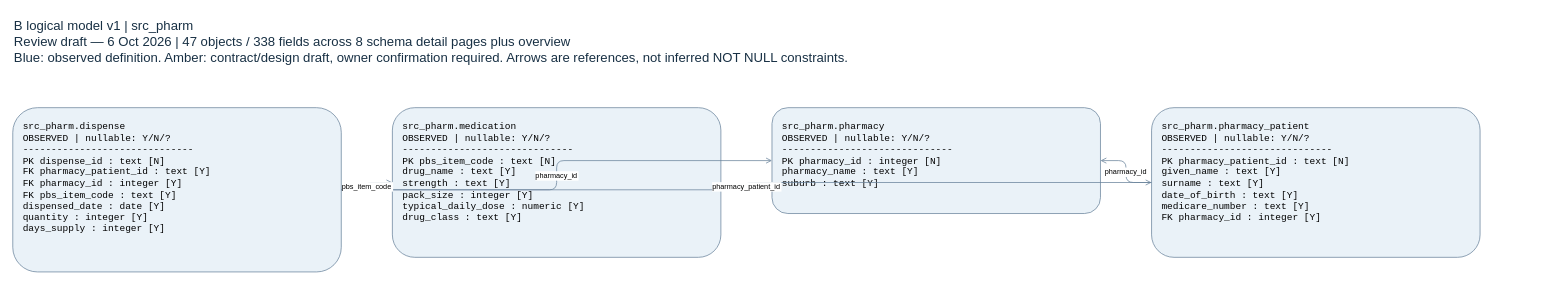
LyphardRover/glucolink-a2 keeps this draw.io diagram as page "src_pharm" (4 of 9) of docs/logical_model_v1.drawio. Above is the earlier version. Source tidied: cells renumbered, new cells numbered last; positions are measured from the earlier drawing's top-left corner, leaving out a move shared by most shapes. Both pictures are drawn from the tidied source at 73%, with x=0, y=0 at pixel (12, 12).
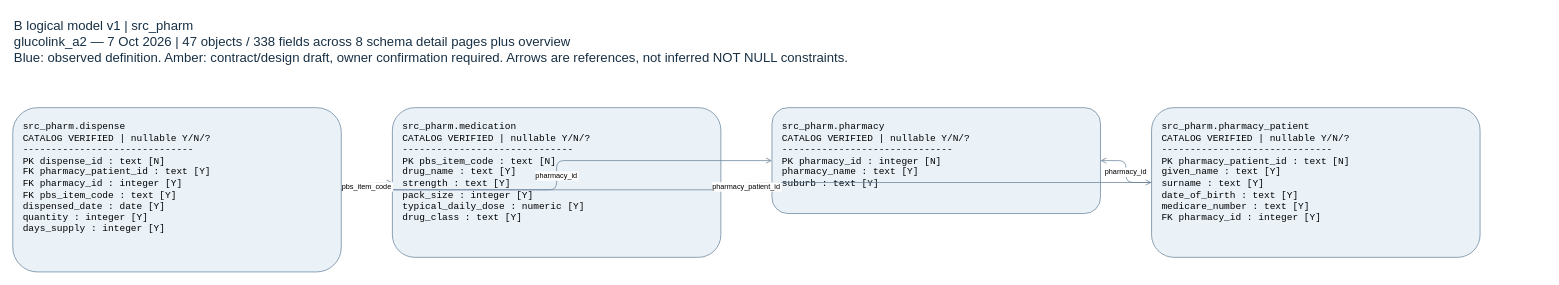
The same page after the edit.

The edit, as a diff of the source:
```diff
@@
 <mxGraphModel>
   <root>
     <mxCell id="0" />
     <mxCell id="1" parent="0" />
-    <mxCell id="2" value="B logical model v1 | src_pharm&#10;Review draft — 6 Oct 2026 | 47 objects / 338 fields across 8 schema detail pages plus overview&#10;Blue: observed definition. Amber: contract/design draft, owner confirmation required. Arrows are references, not inferred NOT NULL constraints." style="text;html=0;align=left;verticalAlign=top;fontSize=18;fontColor=#183044;" parent="1" vertex="1">
+    <mxCell id="2" value="B logical model v1 | src_pharm&#10;glucolink_a2 — 7 Oct 2026 | 47 objects / 338 fields across 8 schema detail pages plus overview&#10;Blue: observed definition. Amber: contract/design draft, owner confirmation required. Arrows are references, not inferred NOT NULL constraints." style="text;html=0;align=left;verticalAlign=top;fontSize=18;fontColor=#183044;" parent="1" vertex="1">
       <mxGeometry width="2100" height="120" as="geometry" />
     </mxCell>
-    <mxCell id="3" value="src_pharm.dispense&#10;OBSERVED | nullable: Y/N/?&#10;------------------------------&#10;PK dispense_id : text [N]&#10;FK pharmacy_patient_id : text [Y]&#10;FK pharmacy_id : integer [Y]&#10;FK pbs_item_code : text [Y]&#10;   dispensed_date : date [Y]&#10;   quantity : integer [Y]&#10;   days_supply : integer [Y]" style="rounded=1;whiteSpace=wrap;html=0;align=left;verticalAlign=top;spacing=14;fontFamily=Courier New;fontSize=13;fillColor=#eaf2f8;strokeColor=#66809a;" parent="1" vertex="1">
+    <mxCell id="3" value="src_pharm.dispense&#10;CATALOG VERIFIED | nullable Y/N/?&#10;------------------------------&#10;PK dispense_id : text [N]&#10;FK pharmacy_patient_id : text [Y]&#10;FK pharmacy_id : integer [Y]&#10;FK pbs_item_code : text [Y]&#10;   dispensed_date : date [Y]&#10;   quantity : integer [Y]&#10;   days_supply : integer [Y]" style="rounded=1;whiteSpace=wrap;html=0;align=left;verticalAlign=top;spacing=14;fontFamily=Courier New;fontSize=13;fillColor=#eaf2f8;strokeColor=#66809a;" parent="1" vertex="1">
       <mxGeometry y="130" width="450" height="225" as="geometry" />
     </mxCell>
-    <mxCell id="4" value="src_pharm.medication&#10;OBSERVED | nullable: Y/N/?&#10;------------------------------&#10;PK pbs_item_code : text [N]&#10;   drug_name : text [Y]&#10;   strength : text [Y]&#10;   pack_size : integer [Y]&#10;   typical_daily_dose : numeric [Y]&#10;   drug_class : text [Y]" style="rounded=1;whiteSpace=wrap;html=0;align=left;verticalAlign=top;spacing=14;fontFamily=Courier New;fontSize=13;fillColor=#eaf2f8;strokeColor=#66809a;" parent="1" vertex="1">
+    <mxCell id="4" value="src_pharm.medication&#10;CATALOG VERIFIED | nullable Y/N/?&#10;------------------------------&#10;PK pbs_item_code : text [N]&#10;   drug_name : text [Y]&#10;   strength : text [Y]&#10;   pack_size : integer [Y]&#10;   typical_daily_dose : numeric [Y]&#10;   drug_class : text [Y]" style="rounded=1;whiteSpace=wrap;html=0;align=left;verticalAlign=top;spacing=14;fontFamily=Courier New;fontSize=13;fillColor=#eaf2f8;strokeColor=#66809a;" parent="1" vertex="1">
       <mxGeometry x="520" y="130" width="450" height="205" as="geometry" />
     </mxCell>
-    <mxCell id="5" value="src_pharm.pharmacy&#10;OBSERVED | nullable: Y/N/?&#10;------------------------------&#10;PK pharmacy_id : integer [N]&#10;   pharmacy_name : text [Y]&#10;   suburb : text [Y]" style="rounded=1;whiteSpace=wrap;html=0;align=left;verticalAlign=top;spacing=14;fontFamily=Courier New;fontSize=13;fillColor=#eaf2f8;strokeColor=#66809a;" parent="1" vertex="1">
+    <mxCell id="5" value="src_pharm.pharmacy&#10;CATALOG VERIFIED | nullable Y/N/?&#10;------------------------------&#10;PK pharmacy_id : integer [N]&#10;   pharmacy_name : text [Y]&#10;   suburb : text [Y]" style="rounded=1;whiteSpace=wrap;html=0;align=left;verticalAlign=top;spacing=14;fontFamily=Courier New;fontSize=13;fillColor=#eaf2f8;strokeColor=#66809a;" parent="1" vertex="1">
       <mxGeometry x="1040" y="130" width="450" height="145" as="geometry" />
     </mxCell>
-    <mxCell id="6" value="src_pharm.pharmacy_patient&#10;OBSERVED | nullable: Y/N/?&#10;------------------------------&#10;PK pharmacy_patient_id : text [N]&#10;   given_name : text [Y]&#10;   surname : text [Y]&#10;   date_of_birth : text [Y]&#10;   medicare_number : text [Y]&#10;FK pharmacy_id : integer [Y]" style="rounded=1;whiteSpace=wrap;html=0;align=left;verticalAlign=top;spacing=14;fontFamily=Courier New;fontSize=13;fillColor=#eaf2f8;strokeColor=#66809a;" parent="1" vertex="1">
+    <mxCell id="6" value="src_pharm.pharmacy_patient&#10;CATALOG VERIFIED | nullable Y/N/?&#10;------------------------------&#10;PK pharmacy_patient_id : text [N]&#10;   given_name : text [Y]&#10;   surname : text [Y]&#10;   date_of_birth : text [Y]&#10;   medicare_number : text [Y]&#10;FK pharmacy_id : integer [Y]" style="rounded=1;whiteSpace=wrap;html=0;align=left;verticalAlign=top;spacing=14;fontFamily=Courier New;fontSize=13;fillColor=#eaf2f8;strokeColor=#66809a;" parent="1" vertex="1">
       <mxGeometry x="1560" y="130" width="450" height="205" as="geometry" />
     </mxCell>
     <mxCell id="7" value="pharmacy_id" style="edgeStyle=orthogonalEdgeStyle;endArrow=open;strokeColor=#66809a;fontSize=10;labelBackgroundColor=#ffffff;" parent="1" edge="1" source="6" target="5">
       <mxGeometry relative="1" as="geometry" />
     </mxCell>
     <mxCell id="8" value="pharmacy_patient_id" style="edgeStyle=orthogonalEdgeStyle;endArrow=open;strokeColor=#66809a;fontSize=10;labelBackgroundColor=#ffffff;" parent="1" edge="1" source="3" target="6">
       <mxGeometry relative="1" as="geometry" />
     </mxCell>
     <mxCell id="9" value="pharmacy_id" style="edgeStyle=orthogonalEdgeStyle;endArrow=open;strokeColor=#66809a;fontSize=10;labelBackgroundColor=#ffffff;" parent="1" edge="1" source="3" target="5">
       <mxGeometry relative="1" as="geometry" />
     </mxCell>
     <mxCell id="10" value="pbs_item_code" style="edgeStyle=orthogonalEdgeStyle;endArrow=open;strokeColor=#66809a;fontSize=10;labelBackgroundColor=#ffffff;" parent="1" edge="1" source="3" target="4">
       <mxGeometry relative="1" as="geometry" />
     </mxCell>
   </root>
 </mxGraphModel>
```
